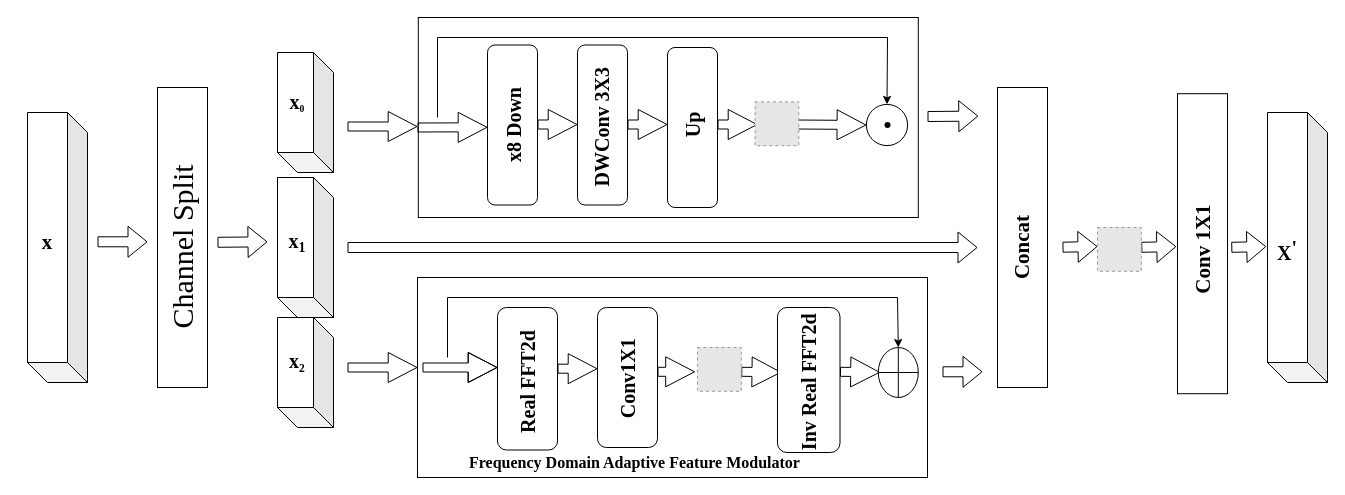
Earlier version of the draw.io diagram 双域特征混合.drawio (gao131/nlp-beginner). Source tidied: cells renumbered, new cells numbered last; positions are measured from the earlier drawing's top-left corner, leaving out a move shared by most shapes. Both pictures are drawn from the tidied source at 100%, with x=0, y=0 at pixel (-11, 17). Pictures stored in the file or linked from it are replaced by grey dashed boxes.
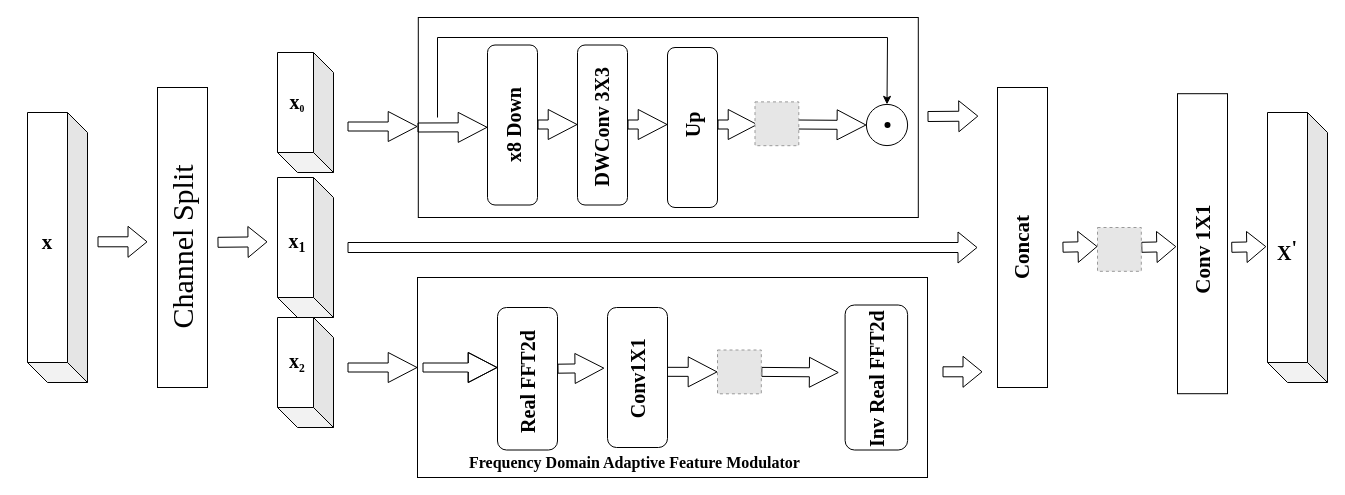
The same page after the edit.

Commit message:
更新双域特征混合.drawio

What changed in the source:
```diff
@@
-    <mxCell id="16" style="shape=flexArrow;endArrow=classic;html=1;rounded=0;width=9;endSize=9.27;" parent="1" edge="1">
+    <mxCell id="16" style="shape=flexArrow;endArrow=classic;html=1;rounded=0;width=9;endSize=9.27;entryX=-0.053;entryY=0.433;entryDx=0;entryDy=0;entryPerimeter=0;" parent="1" edge="1" target="28">
       <mxGeometry relative="1" as="geometry">
         <mxPoint x="568" y="351.2" as="sourcePoint" />
-        <mxPoint x="608" y="351.2" as="targetPoint" />
       </mxGeometry>
     </mxCell>
-    <mxCell id="17" style="shape=flexArrow;endArrow=classic;html=1;rounded=0;width=9;endSize=9.27;" parent="1" edge="1">
+    <mxCell id="17" style="shape=flexArrow;endArrow=classic;html=1;rounded=0;width=9;endSize=9.27;entryX=0;entryY=0.5;entryDx=0;entryDy=0;" parent="1" edge="1" target="54">
       <mxGeometry relative="1" as="geometry">
         <mxPoint x="668" y="354.3" as="sourcePoint" />
-        <mxPoint x="705.5" y="354.3" as="targetPoint" />
       </mxGeometry>
     </mxCell>
-    <mxCell id="18" style="shape=flexArrow;endArrow=classic;html=1;rounded=0;width=9;endSize=9.27;" parent="1" edge="1">
+    <mxCell id="18" style="shape=flexArrow;endArrow=classic;html=1;rounded=0;width=9;endSize=9.27;exitX=1;exitY=0.5;exitDx=0;exitDy=0;" parent="1" edge="1" source="54">
       <mxGeometry relative="1" as="geometry">
-        <mxPoint x="751.8" y="354.3" as="sourcePoint" />
-        <mxPoint x="791.8" y="354.8" as="targetPoint" />
+        <mxPoint x="849.2" y="355" as="targetPoint" />
       </mxGeometry>
     </mxCell>
@@
     <mxCell id="25" style="rounded=1;whiteSpace=wrap;html=1;" parent="1" vertex="1">
-      <mxGeometry x="788" y="290" width="62.5" height="145" as="geometry" />
+      <mxGeometry x="855.6" y="287.5" width="62.5" height="145" as="geometry" />
     </mxCell>
@@
     <mxCell id="28" style="rounded=1;whiteSpace=wrap;html=1;" parent="1" vertex="1">
-      <mxGeometry x="608" y="290" width="60" height="140" as="geometry" />
+      <mxGeometry x="618" y="290" width="60" height="140" as="geometry" />
     </mxCell>
     <mxCell id="29" value="&lt;font style=&quot;font-size: 20px;&quot; face=&quot;Times New Roman&quot;&gt;&lt;b style=&quot;&quot;&gt;Conv1X1&lt;/b&gt;&lt;/font&gt;" style="text;html=1;align=center;verticalAlign=middle;whiteSpace=wrap;rounded=0;rotation=-90;" parent="1" vertex="1">
-      <mxGeometry x="583" y="346.2" width="110" height="30" as="geometry" />
+      <mxGeometry x="593" y="346.2" width="110" height="30" as="geometry" />
     </mxCell>
     <mxCell id="30" value="&lt;font style=&quot;font-size: 20px;&quot; face=&quot;Times New Roman&quot;&gt;&lt;b style=&quot;&quot;&gt;Inv Real FFT2d&lt;/b&gt;&lt;/font&gt;" style="text;html=1;align=center;verticalAlign=middle;whiteSpace=wrap;rounded=0;rotation=-90;" parent="1" vertex="1">
-      <mxGeometry x="736.8" y="350" width="165" height="30" as="geometry" />
+      <mxGeometry x="804.4" y="346.2" width="165" height="30" as="geometry" />
     </mxCell>
@@
     <mxCell id="54" style="fillColor=#E6E6E6;strokeColor=#999999;dashed=1;verticalLabelPosition=bottom;labelBackgroundColor=default;verticalAlign=top;" parent="1" vertex="1">
-      <mxGeometry x="708" y="330" width="43.8" height="43.8" as="geometry" />
+      <mxGeometry x="728" y="332.5" width="43.8" height="43.8" as="geometry" />
     </mxCell>
@@
-    <mxCell id="56" style="shape=flexArrow;endArrow=classic;html=1;rounded=0;width=9;endSize=9.27;" parent="1" edge="1">
-      <mxGeometry relative="1" as="geometry">
-        <mxPoint x="850.5" y="354.3" as="sourcePoint" />
-        <mxPoint x="890.5" y="354.8" as="targetPoint" />
-      </mxGeometry>
-    </mxCell>
-    <mxCell id="57" style="shape=orEllipse;perimeter=ellipsePerimeter;whiteSpace=wrap;html=1;backgroundOutline=1;" parent="1" vertex="1">
-      <mxGeometry x="888.8" y="330" width="40" height="50" as="geometry" />
-    </mxCell>
-    <mxCell id="58" style="endArrow=classic;html=1;rounded=0;entryX=0.5;entryY=0;entryDx=0;entryDy=0;" parent="1" edge="1" target="57">
-      <mxGeometry relative="1" as="geometry">
-        <mxPoint x="458" y="340" as="sourcePoint" />
-        <Array as="points">
-          <mxPoint x="458" y="280" />
-          <mxPoint x="908" y="280" />
-        </Array>
-      </mxGeometry>
-    </mxCell>
```
